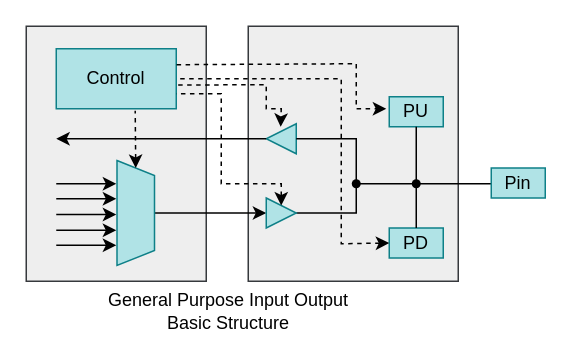
This is page "GPIO框图" (1 of 5) of drawio/gpio.drawio from iceyxy/flow-chart-drawio, a draw.io file, before an edit. Source tidied: cells renumbered, new cells numbered last; positions are measured from the earlier drawing's top-left corner, leaving out a move shared by most shapes. Both pictures are drawn from the tidied source at 150%, with x=0, y=0 at pixel (26, 26).
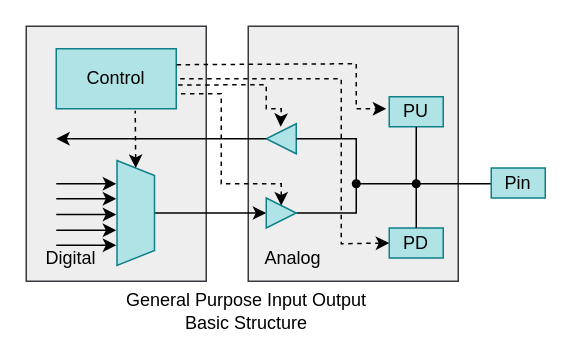
Above is the later version.

What changed in the source:
```diff
@@
     <mxCell id="31" value="General Purpose Input Output Basic Structure" style="text;strokeColor=none;align=center;fillColor=none;html=1;verticalAlign=middle;whiteSpace=wrap;rounded=0;" parent="1" vertex="1">
-      <mxGeometry x="40" y="175" width="190" height="30" as="geometry" />
+      <mxGeometry x="52" y="175" width="190" height="30" as="geometry" />
     </mxCell>
+    <mxCell id="32" value="Analog" style="text;html=1;whiteSpace=wrap;strokeColor=none;fillColor=none;align=center;verticalAlign=middle;rounded=0;" parent="1" vertex="1">
+      <mxGeometry x="148" y="140" width="60" height="30" as="geometry" />
+    </mxCell>
+    <mxCell id="33" value="Digital" style="text;html=1;whiteSpace=wrap;strokeColor=none;fillColor=none;align=center;verticalAlign=middle;rounded=0;" parent="1" vertex="1">
+      <mxGeometry y="140" width="60" height="30" as="geometry" />
+    </mxCell>
```
